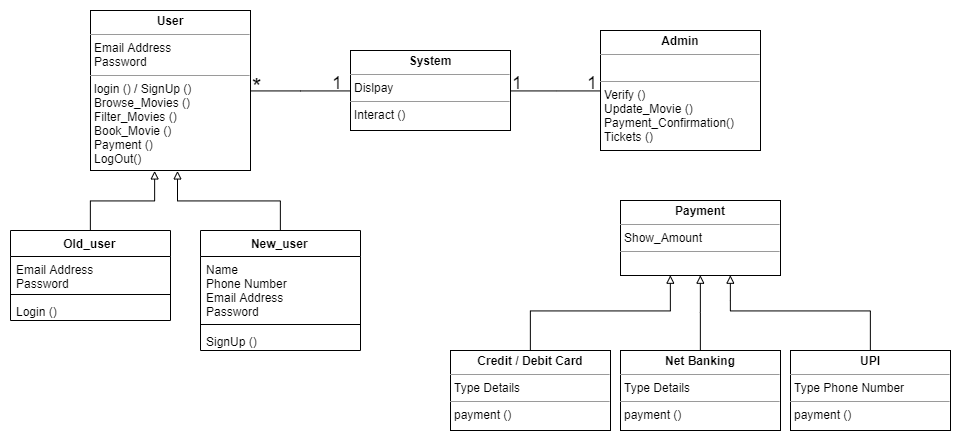
Before: SDF/ClassDiagram.png, a diagram exported from draw.io (subhendu17620/RUAS-sem-04). Source tidied: cells renumbered, new cells last; positions are measured from the earlier drawing's top-left corner, leaving out a move shared by most shapes.
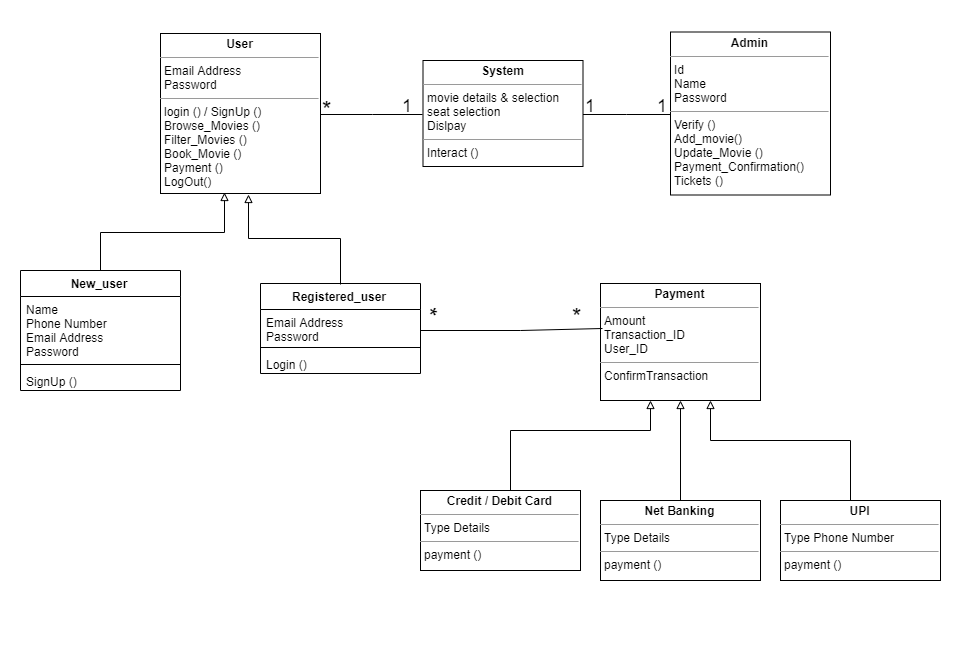
The same diagram one commit later.

The edit, as a diff of the source:
```diff
@@ -6,13 +6,13 @@
       <mxGeometry relative="1" as="geometry" />
     </mxCell>
     <mxCell id="3" value="&lt;p style=&quot;margin: 0px ; margin-top: 4px ; text-align: center&quot;&gt;&lt;b&gt;User&lt;/b&gt;&lt;/p&gt;&lt;hr size=&quot;1&quot;&gt;&lt;p style=&quot;margin: 0px ; margin-left: 4px&quot;&gt;Email Address&lt;/p&gt;&lt;p style=&quot;margin: 0px ; margin-left: 4px&quot;&gt;Password&lt;/p&gt;&lt;hr size=&quot;1&quot;&gt;&lt;p style=&quot;margin: 0px ; margin-left: 4px&quot;&gt;login () / SignUp ()&lt;/p&gt;&lt;p style=&quot;margin: 0px ; margin-left: 4px&quot;&gt;Browse_Movies ()&lt;/p&gt;&lt;p style=&quot;margin: 0px ; margin-left: 4px&quot;&gt;Filter_Movies ()&lt;/p&gt;&lt;p style=&quot;margin: 0px ; margin-left: 4px&quot;&gt;Book_Movie ()&lt;/p&gt;&lt;p style=&quot;margin: 0px ; margin-left: 4px&quot;&gt;Payment ()&lt;/p&gt;&lt;p style=&quot;margin: 0px ; margin-left: 4px&quot;&gt;LogOut()&lt;/p&gt;&lt;p style=&quot;margin: 0px ; margin-left: 4px&quot;&gt;&lt;br&gt;&lt;/p&gt;" style="verticalAlign=top;align=left;overflow=fill;fontSize=12;fontFamily=Helvetica;html=1;" parent="1" vertex="1">
-      <mxGeometry x="80" width="160" height="160" as="geometry" />
+      <mxGeometry x="60" y="243" width="160" height="160" as="geometry" />
     </mxCell>
-    <mxCell id="4" style="edgeStyle=orthogonalEdgeStyle;rounded=0;jettySize=auto;html=1;entryX=0.397;entryY=0.999;entryDx=0;entryDy=0;entryPerimeter=0;endArrow=block;endFill=0;" parent="1" edge="1" source="5" target="3">
+    <mxCell id="4" style="edgeStyle=orthogonalEdgeStyle;rounded=0;jettySize=auto;html=1;entryX=0.397;entryY=0.999;entryDx=0;entryDy=0;entryPerimeter=0;endArrow=block;endFill=0;exitX=0.5;exitY=0;exitDx=0;exitDy=0;" parent="1" edge="1" source="10" target="3">
       <mxGeometry relative="1" as="geometry" />
     </mxCell>
-    <mxCell id="5" value="Old_user" style="swimlane;fontStyle=1;align=center;verticalAlign=top;horizontal=1;startSize=26;" parent="1" vertex="1">
-      <mxGeometry y="220" width="160" height="90" as="geometry" />
+    <mxCell id="5" value="Registered_user" style="swimlane;fontStyle=1;align=center;verticalAlign=top;horizontal=1;startSize=26;" parent="1" vertex="1">
+      <mxGeometry x="160" y="493" width="160" height="90" as="geometry" />
     </mxCell>
     <mxCell id="6" value="Email Address&#10;Password" style="text;strokeColor=none;fillColor=none;align=left;verticalAlign=top;spacingLeft=4;spacingRight=4;overflow=hidden;points=[[0,0.5],[1,0.5]];portConstraint=eastwest;" parent="5" vertex="1">
       <mxGeometry y="26" width="160" height="34" as="geometry" />
@@ -23,11 +23,11 @@
     <mxCell id="8" value="Login ()" style="text;strokeColor=none;fillColor=none;align=left;verticalAlign=top;spacingLeft=4;spacingRight=4;overflow=hidden;" parent="5" vertex="1">
       <mxGeometry y="68" width="160" height="22" as="geometry" />
     </mxCell>
-    <mxCell id="9" style="edgeStyle=orthogonalEdgeStyle;rounded=0;jettySize=auto;html=1;entryX=0.545;entryY=1.001;entryDx=0;entryDy=0;entryPerimeter=0;endArrow=block;endFill=0;" parent="1" edge="1" source="10" target="3">
+    <mxCell id="9" style="edgeStyle=orthogonalEdgeStyle;rounded=0;jettySize=auto;html=1;entryX=0.545;entryY=1.001;entryDx=0;entryDy=0;entryPerimeter=0;endArrow=block;endFill=0;exitX=0.5;exitY=0;exitDx=0;exitDy=0;" parent="1" edge="1" source="5" target="3">
       <mxGeometry relative="1" as="geometry" />
     </mxCell>
     <mxCell id="10" value="New_user" style="swimlane;fontStyle=1;align=center;verticalAlign=top;horizontal=1;startSize=26;" parent="1" vertex="1">
-      <mxGeometry x="190" y="220" width="160" height="120" as="geometry" />
+      <mxGeometry x="-80" y="480" width="160" height="120" as="geometry" />
     </mxCell>
     <mxCell id="11" value="Name&#10;Phone Number&#10;Email Address&#10;Password" style="text;strokeColor=none;fillColor=none;align=left;verticalAlign=top;spacingLeft=4;spacingRight=4;overflow=hidden;" parent="10" vertex="1">
       <mxGeometry y="26" width="160" height="64" as="geometry" />
@@ -38,58 +38,74 @@
     <mxCell id="13" value="SignUp ()" style="text;strokeColor=none;fillColor=none;align=left;verticalAlign=top;spacingLeft=4;spacingRight=4;overflow=hidden;" parent="10" vertex="1">
       <mxGeometry y="98" width="160" height="22" as="geometry" />
     </mxCell>
-    <mxCell id="14" value="&lt;p style=&quot;margin: 0px ; margin-top: 4px ; text-align: center&quot;&gt;&lt;b&gt;Admin&lt;/b&gt;&lt;/p&gt;&lt;hr size=&quot;1&quot;&gt;&lt;p style=&quot;margin: 0px ; margin-left: 4px&quot;&gt;&lt;br&gt;&lt;/p&gt;&lt;hr size=&quot;1&quot;&gt;&lt;p style=&quot;margin: 0px ; margin-left: 4px&quot;&gt;Verify ()&lt;/p&gt;&lt;p style=&quot;margin: 0px ; margin-left: 4px&quot;&gt;Update_Movie ()&lt;/p&gt;&lt;p style=&quot;margin: 0px ; margin-left: 4px&quot;&gt;Payment_Confirmation()&lt;/p&gt;&lt;p style=&quot;margin: 0px ; margin-left: 4px&quot;&gt;Tickets ()&lt;/p&gt;" style="verticalAlign=top;align=left;overflow=fill;fontSize=12;fontFamily=Helvetica;html=1;" parent="1" vertex="1">
-      <mxGeometry x="590" y="20" width="160" height="120" as="geometry" />
+    <mxCell id="14" value="&lt;p style=&quot;margin: 0px ; margin-top: 4px ; text-align: center&quot;&gt;&lt;b&gt;Admin&lt;/b&gt;&lt;/p&gt;&lt;hr size=&quot;1&quot;&gt;&lt;p style=&quot;margin: 0px ; margin-left: 4px&quot;&gt;Id&lt;/p&gt;&lt;p style=&quot;margin: 0px ; margin-left: 4px&quot;&gt;Name&lt;/p&gt;&lt;p style=&quot;margin: 0px ; margin-left: 4px&quot;&gt;Password&lt;/p&gt;&lt;hr size=&quot;1&quot;&gt;&lt;p style=&quot;margin: 0px ; margin-left: 4px&quot;&gt;Verify ()&lt;/p&gt;&lt;p style=&quot;margin: 0px ; margin-left: 4px&quot;&gt;Add_movie()&lt;/p&gt;&lt;p style=&quot;margin: 0px ; margin-left: 4px&quot;&gt;Update_Movie ()&lt;/p&gt;&lt;p style=&quot;margin: 0px ; margin-left: 4px&quot;&gt;Payment_Confirmation()&lt;/p&gt;&lt;p style=&quot;margin: 0px ; margin-left: 4px&quot;&gt;Tickets ()&lt;/p&gt;" style="verticalAlign=top;align=left;overflow=fill;fontSize=12;fontFamily=Helvetica;html=1;" parent="1" vertex="1">
+      <mxGeometry x="570" y="241.5" width="160" height="163" as="geometry" />
     </mxCell>
-    <mxCell id="15" value="&lt;p style=&quot;margin: 0px ; margin-top: 4px ; text-align: center&quot;&gt;&lt;b&gt;Payment&lt;/b&gt;&lt;/p&gt;&lt;hr size=&quot;1&quot;&gt;&lt;p style=&quot;margin: 0px ; margin-left: 4px&quot;&gt;Show_Amount&lt;/p&gt;&lt;hr size=&quot;1&quot;&gt;&lt;p style=&quot;margin: 0px ; margin-left: 4px&quot;&gt;&lt;br&gt;&lt;/p&gt;" style="verticalAlign=top;align=left;overflow=fill;fontSize=12;fontFamily=Helvetica;html=1;" parent="1" vertex="1">
-      <mxGeometry x="610" y="190" width="160" height="75" as="geometry" />
+    <mxCell id="15" value="&lt;p style=&quot;margin: 0px ; margin-top: 4px ; text-align: center&quot;&gt;&lt;b&gt;Payment&lt;/b&gt;&lt;/p&gt;&lt;hr size=&quot;1&quot;&gt;&lt;p style=&quot;margin: 0px ; margin-left: 4px&quot;&gt;Amount&lt;/p&gt;&lt;p style=&quot;margin: 0px ; margin-left: 4px&quot;&gt;Transaction_ID&lt;/p&gt;&lt;p style=&quot;margin: 0px ; margin-left: 4px&quot;&gt;User_ID&lt;/p&gt;&lt;hr size=&quot;1&quot;&gt;&lt;p style=&quot;margin: 0px ; margin-left: 4px&quot;&gt;ConfirmTransaction&lt;/p&gt;" style="verticalAlign=top;align=left;overflow=fill;fontSize=12;fontFamily=Helvetica;html=1;" parent="1" vertex="1">
+      <mxGeometry x="500" y="493" width="160" height="117" as="geometry" />
     </mxCell>
     <mxCell id="16" style="edgeStyle=orthogonalEdgeStyle;rounded=0;jettySize=auto;html=1;entryX=0.311;entryY=1.002;entryDx=0;entryDy=0;entryPerimeter=0;endArrow=block;endFill=0;" parent="1" edge="1" source="17" target="15">
       <mxGeometry relative="1" as="geometry">
         <Array as="points">
-          <mxPoint x="520" y="300" />
-          <mxPoint x="660" y="300" />
+          <mxPoint x="410" y="640" />
+          <mxPoint x="550" y="640" />
         </Array>
       </mxGeometry>
     </mxCell>
     <mxCell id="17" value="&lt;p style=&quot;margin: 0px ; margin-top: 4px ; text-align: center&quot;&gt;&lt;b&gt;Credit / Debit Card&lt;/b&gt;&lt;/p&gt;&lt;hr size=&quot;1&quot;&gt;&lt;p style=&quot;margin: 0px ; margin-left: 4px&quot;&gt;Type Details&lt;/p&gt;&lt;hr size=&quot;1&quot;&gt;&lt;p style=&quot;margin: 0px ; margin-left: 4px&quot;&gt;payment ()&lt;/p&gt;" style="verticalAlign=top;align=left;overflow=fill;fontSize=12;fontFamily=Helvetica;html=1;" parent="1" vertex="1">
-      <mxGeometry x="440" y="340" width="160" height="80" as="geometry" />
+      <mxGeometry x="320" y="700" width="160" height="80" as="geometry" />
     </mxCell>
     <mxCell id="18" style="edgeStyle=orthogonalEdgeStyle;rounded=0;jettySize=auto;html=1;entryX=0.5;entryY=1;entryDx=0;entryDy=0;endArrow=block;endFill=0;" parent="1" edge="1" source="19" target="15">
       <mxGeometry relative="1" as="geometry" />
     </mxCell>
     <mxCell id="19" value="&lt;p style=&quot;margin: 0px ; margin-top: 4px ; text-align: center&quot;&gt;&lt;b&gt;Net Banking&lt;/b&gt;&lt;/p&gt;&lt;hr size=&quot;1&quot;&gt;&lt;p style=&quot;margin: 0px ; margin-left: 4px&quot;&gt;Type Details&lt;/p&gt;&lt;hr size=&quot;1&quot;&gt;&lt;p style=&quot;margin: 0px ; margin-left: 4px&quot;&gt;payment ()&lt;/p&gt;" style="verticalAlign=top;align=left;overflow=fill;fontSize=12;fontFamily=Helvetica;html=1;" parent="1" vertex="1">
-      <mxGeometry x="610" y="340" width="160" height="80" as="geometry" />
+      <mxGeometry x="500" y="710" width="160" height="80" as="geometry" />
     </mxCell>
     <mxCell id="20" style="edgeStyle=orthogonalEdgeStyle;rounded=0;jettySize=auto;html=1;endArrow=block;endFill=0;entryX=0.686;entryY=1;entryDx=0;entryDy=0;entryPerimeter=0;" parent="1" edge="1" source="21" target="15">
       <mxGeometry relative="1" as="geometry">
         <Array as="points">
-          <mxPoint x="860" y="300" />
-          <mxPoint x="720" y="300" />
-          <mxPoint x="720" y="290" />
+          <mxPoint x="750" y="650" />
+          <mxPoint x="610" y="650" />
         </Array>
       </mxGeometry>
     </mxCell>
     <mxCell id="21" value="&lt;p style=&quot;margin: 0px ; margin-top: 4px ; text-align: center&quot;&gt;&lt;b&gt;UPI&lt;/b&gt;&lt;/p&gt;&lt;hr size=&quot;1&quot;&gt;&lt;p style=&quot;margin: 0px ; margin-left: 4px&quot;&gt;Type Phone Number&lt;/p&gt;&lt;hr size=&quot;1&quot;&gt;&lt;p style=&quot;margin: 0px ; margin-left: 4px&quot;&gt;payment ()&lt;/p&gt;" style="verticalAlign=top;align=left;overflow=fill;fontSize=12;fontFamily=Helvetica;html=1;" parent="1" vertex="1">
-      <mxGeometry x="780" y="340" width="160" height="80" as="geometry" />
+      <mxGeometry x="680" y="710" width="160" height="80" as="geometry" />
     </mxCell>
     <mxCell id="22" style="edgeStyle=orthogonalEdgeStyle;rounded=0;jettySize=auto;html=1;entryX=0;entryY=0.5;entryDx=0;entryDy=0;endArrow=none;endFill=0;" parent="1" edge="1" source="23" target="14">
       <mxGeometry relative="1" as="geometry" />
     </mxCell>
-    <mxCell id="23" value="&lt;p style=&quot;margin: 0px ; margin-top: 4px ; text-align: center&quot;&gt;&lt;b&gt;System&lt;/b&gt;&lt;/p&gt;&lt;hr size=&quot;1&quot;&gt;&lt;p style=&quot;margin: 0px ; margin-left: 4px&quot;&gt;Dislpay&lt;/p&gt;&lt;hr size=&quot;1&quot;&gt;&lt;p style=&quot;margin: 0px ; margin-left: 4px&quot;&gt;Interact ()&lt;/p&gt;" style="verticalAlign=top;align=left;overflow=fill;fontSize=12;fontFamily=Helvetica;html=1;" parent="1" vertex="1">
-      <mxGeometry x="340" y="40" width="160" height="80" as="geometry" />
+    <mxCell id="23" value="&lt;p style=&quot;margin: 0px ; margin-top: 4px ; text-align: center&quot;&gt;&lt;b&gt;System&lt;/b&gt;&lt;/p&gt;&lt;hr size=&quot;1&quot;&gt;&lt;p style=&quot;margin: 0px ; margin-left: 4px&quot;&gt;movie details &amp;amp; selection&lt;/p&gt;&lt;p style=&quot;margin: 0px ; margin-left: 4px&quot;&gt;seat selection&lt;/p&gt;&lt;p style=&quot;margin: 0px ; margin-left: 4px&quot;&gt;Dislpay&lt;/p&gt;&lt;hr size=&quot;1&quot;&gt;&lt;p style=&quot;margin: 0px ; margin-left: 4px&quot;&gt;Interact ()&lt;/p&gt;" style="verticalAlign=top;align=left;overflow=fill;fontSize=12;fontFamily=Helvetica;html=1;" parent="1" vertex="1">
+      <mxGeometry x="322.5" y="270" width="160" height="106" as="geometry" />
     </mxCell>
     <mxCell id="24" value="&lt;font style=&quot;font-size: 24px&quot;&gt;*&lt;/font&gt;" style="text;html=1;align=left;verticalAlign=top;spacingTop=-4;" parent="1" vertex="1">
-      <mxGeometry x="240" y="60" width="30" height="20" as="geometry" />
+      <mxGeometry x="220" y="303" width="30" height="20" as="geometry" />
     </mxCell>
     <mxCell id="25" value="&lt;font style=&quot;font-size: 18px&quot;&gt;1&lt;/font&gt;" style="text;html=1;align=left;verticalAlign=top;spacingTop=-4;" parent="1" vertex="1">
-      <mxGeometry x="320" y="60" width="30" height="20" as="geometry" />
+      <mxGeometry x="300" y="303" width="30" height="20" as="geometry" />
     </mxCell>
     <mxCell id="26" value="&lt;font style=&quot;font-size: 18px&quot;&gt;1&lt;/font&gt;" style="text;html=1;align=left;verticalAlign=top;spacingTop=-4;" parent="1" vertex="1">
-      <mxGeometry x="500" y="60" width="30" height="20" as="geometry" />
+      <mxGeometry x="482.5" y="303" width="30" height="20" as="geometry" />
     </mxCell>
     <mxCell id="27" value="&lt;font style=&quot;font-size: 18px&quot;&gt;1&lt;/font&gt;" style="text;html=1;align=left;verticalAlign=top;spacingTop=-4;" parent="1" vertex="1">
-      <mxGeometry x="575" y="60" width="30" height="20" as="geometry" />
+      <mxGeometry x="555" y="303" width="30" height="20" as="geometry" />
     </mxCell>
+    <mxCell id="28" style="edgeStyle=orthogonalEdgeStyle;rounded=0;jettySize=auto;html=1;entryX=0.01;entryY=0.39;entryDx=0;entryDy=0;endArrow=none;endFill=0;entryPerimeter=0;" parent="1" edge="1" source="6" target="15">
+      <mxGeometry relative="1" as="geometry">
+        <Array as="points">
+          <mxPoint x="420" y="539" />
+          <mxPoint x="420" y="539" />
+        </Array>
+      </mxGeometry>
+    </mxCell>
+    <mxCell id="29" value="&lt;font style=&quot;font-size: 24px&quot;&gt;*&lt;/font&gt;" style="text;html=1;align=left;verticalAlign=top;spacingTop=-4;rotation=90;" parent="1" vertex="1">
+      <mxGeometry x="320" y="520" width="30" height="20" as="geometry" />
+    </mxCell>
+    <mxCell id="30" value="&lt;font style=&quot;font-size: 24px&quot;&gt;*&lt;/font&gt;" style="text;html=1;align=left;verticalAlign=top;spacingTop=-4;" parent="1" vertex="1">
+      <mxGeometry x="470" y="510" width="30" height="20" as="geometry" />
+    </mxCell>
+    <mxCell id="31" style="rounded=0;whiteSpace=wrap;html=1;fillColor=none;strokeColor=#FFFFFF;" parent="1" vertex="1">
+      <mxGeometry x="-100" y="210" width="960" height="663" as="geometry" />
+    </mxCell>
   </root>
 </mxGraphModel>
```
